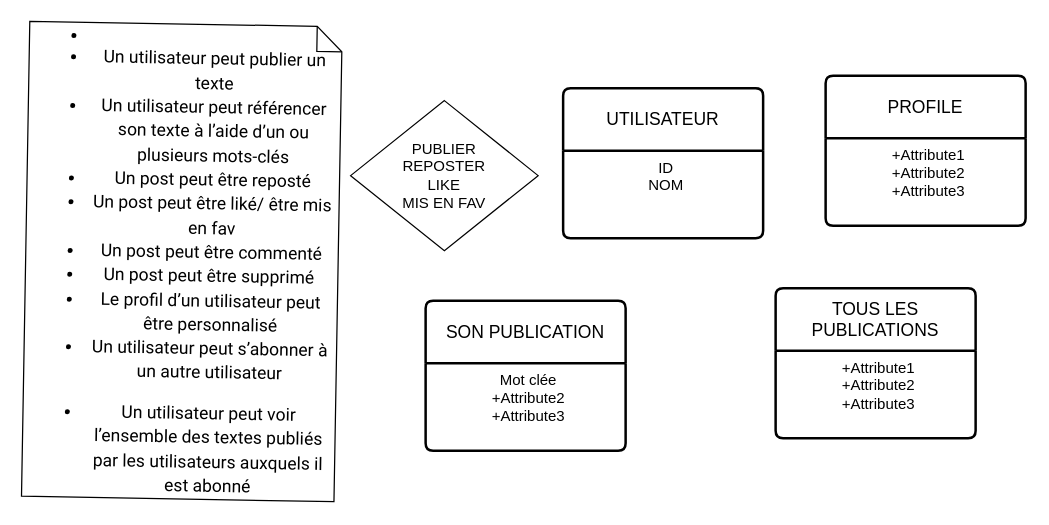
This is Diagramme sans nom4.drawio from vsilvanska/examen-info-2023, a draw.io file, before an edit. Source tidied: cells renumbered, new cells numbered last; positions are measured from the earlier drawing's top-left corner, leaving out a move shared by most shapes. Both pictures are drawn from the tidied source at 125%, with x=0, y=0 at pixel (25, 24).
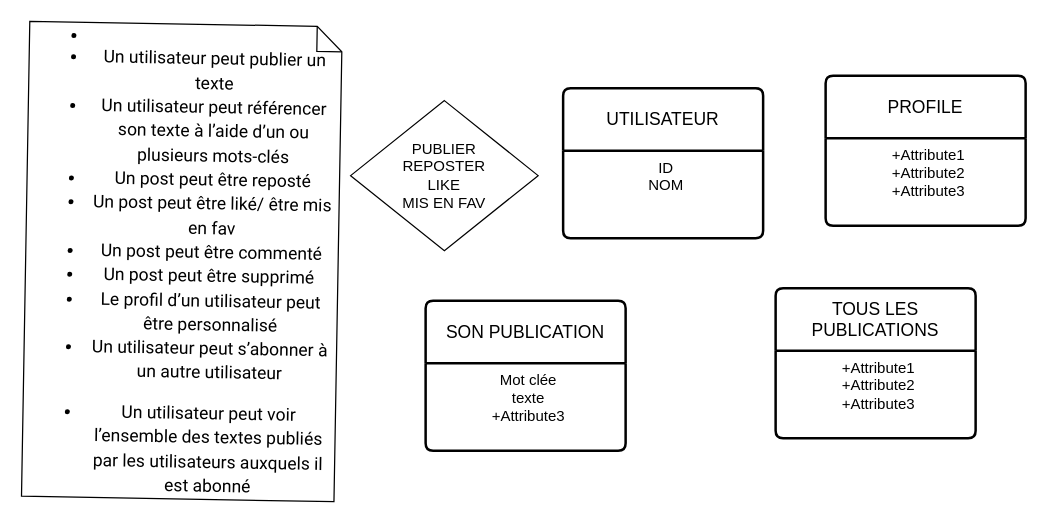
After the change.

Commit message (it also covers changes not shown here):
Mettre à jour Diagramme sans nom4.drawio

The edit, as a diff of the source:
```diff
@@
 <mxGraphModel>
   <root>
     <mxCell id="0" />
     <mxCell id="1" parent="0" />
     <mxCell id="2" value="&lt;ul style=&quot;margin-top: 0px; margin-bottom: 0px; padding-inline-start: 48px; font-size: 14px;&quot;&gt;&lt;li aria-level=&quot;1&quot; style=&quot;list-style-type: disc; font-family: Roboto, sans-serif; background-color: transparent; font-variant-numeric: normal; font-variant-east-asian: normal; font-variant-alternates: normal; font-variant-position: normal; vertical-align: baseline;&quot; dir=&quot;ltr&quot;&gt;&lt;p role=&quot;presentation&quot; style=&quot;line-height:1.38;margin-top:0pt;margin-bottom:0pt;&quot; dir=&quot;ltr&quot;&gt;&lt;/p&gt;&lt;/li&gt;&lt;li aria-level=&quot;1&quot; style=&quot;list-style-type: disc; font-family: Roboto, sans-serif; background-color: transparent; font-variant-numeric: normal; font-variant-east-asian: normal; font-variant-alternates: normal; font-variant-position: normal; vertical-align: baseline;&quot; dir=&quot;ltr&quot;&gt;&lt;p role=&quot;presentation&quot; style=&quot;line-height:1.38;margin-top:0pt;margin-bottom:0pt;&quot; dir=&quot;ltr&quot;&gt;&lt;span style=&quot;background-color: transparent; font-variant-numeric: normal; font-variant-east-asian: normal; font-variant-alternates: normal; font-variant-position: normal; vertical-align: baseline;&quot;&gt;&lt;font style=&quot;font-size: 14px;&quot;&gt;Un utilisateur peut publier un texte&lt;/font&gt;&lt;/span&gt;&lt;/p&gt;&lt;/li&gt;&lt;li aria-level=&quot;1&quot; style=&quot;list-style-type: disc; font-family: Roboto, sans-serif; background-color: transparent; font-variant-numeric: normal; font-variant-east-asian: normal; font-variant-alternates: normal; font-variant-position: normal; vertical-align: baseline;&quot; dir=&quot;ltr&quot;&gt;&lt;p role=&quot;presentation&quot; style=&quot;line-height:1.38;margin-top:0pt;margin-bottom:0pt;&quot; dir=&quot;ltr&quot;&gt;&lt;span style=&quot;background-color: transparent; font-variant-numeric: normal; font-variant-east-asian: normal; font-variant-alternates: normal; font-variant-position: normal; vertical-align: baseline;&quot;&gt;&lt;font style=&quot;font-size: 14px;&quot;&gt;Un utilisateur peut référencer son texte à l’aide d’un ou plusieurs mots-clés&lt;/font&gt;&lt;/span&gt;&lt;/p&gt;&lt;/li&gt;&lt;li aria-level=&quot;1&quot; style=&quot;list-style-type: disc; font-family: Roboto, sans-serif; background-color: transparent; font-variant-numeric: normal; font-variant-east-asian: normal; font-variant-alternates: normal; font-variant-position: normal; vertical-align: baseline;&quot; dir=&quot;ltr&quot;&gt;&lt;p role=&quot;presentation&quot; style=&quot;line-height:1.38;margin-top:0pt;margin-bottom:0pt;&quot; dir=&quot;ltr&quot;&gt;&lt;span style=&quot;background-color: transparent; font-variant-numeric: normal; font-variant-east-asian: normal; font-variant-alternates: normal; font-variant-position: normal; vertical-align: baseline;&quot;&gt;&lt;font style=&quot;font-size: 14px;&quot;&gt;Un post peut être reposté&lt;/font&gt;&lt;/span&gt;&lt;/p&gt;&lt;/li&gt;&lt;li aria-level=&quot;1&quot; style=&quot;list-style-type: disc; font-family: Roboto, sans-serif; background-color: transparent; font-variant-numeric: normal; font-variant-east-asian: normal; font-variant-alternates: normal; font-variant-position: normal; vertical-align: baseline;&quot; dir=&quot;ltr&quot;&gt;&lt;p role=&quot;presentation&quot; style=&quot;line-height:1.38;margin-top:0pt;margin-bottom:0pt;&quot; dir=&quot;ltr&quot;&gt;&lt;span style=&quot;background-color: transparent; font-variant-numeric: normal; font-variant-east-asian: normal; font-variant-alternates: normal; font-variant-position: normal; vertical-align: baseline;&quot;&gt;&lt;font style=&quot;font-size: 14px;&quot;&gt;Un post peut être liké/ être mis en fav&lt;/font&gt;&lt;/span&gt;&lt;/p&gt;&lt;/li&gt;&lt;li aria-level=&quot;1&quot; style=&quot;list-style-type: disc; font-family: Roboto, sans-serif; background-color: transparent; font-variant-numeric: normal; font-variant-east-asian: normal; font-variant-alternates: normal; font-variant-position: normal; vertical-align: baseline;&quot; dir=&quot;ltr&quot;&gt;&lt;p role=&quot;presentation&quot; style=&quot;line-height:1.38;margin-top:0pt;margin-bottom:0pt;&quot; dir=&quot;ltr&quot;&gt;&lt;span style=&quot;background-color: transparent; font-variant-numeric: normal; font-variant-east-asian: normal; font-variant-alternates: normal; font-variant-position: normal; vertical-align: baseline;&quot;&gt;&lt;font style=&quot;font-size: 14px;&quot;&gt;Un post peut être commenté&lt;/font&gt;&lt;/span&gt;&lt;/p&gt;&lt;/li&gt;&lt;li aria-level=&quot;1&quot; style=&quot;list-style-type: disc; font-family: Roboto, sans-serif; background-color: transparent; font-variant-numeric: normal; font-variant-east-asian: normal; font-variant-alternates: normal; font-variant-position: normal; vertical-align: baseline;&quot; dir=&quot;ltr&quot;&gt;&lt;p role=&quot;presentation&quot; style=&quot;line-height:1.38;margin-top:0pt;margin-bottom:0pt;&quot; dir=&quot;ltr&quot;&gt;&lt;span style=&quot;background-color: transparent; font-variant-numeric: normal; font-variant-east-asian: normal; font-variant-alternates: normal; font-variant-position: normal; vertical-align: baseline;&quot;&gt;&lt;font style=&quot;font-size: 14px;&quot;&gt;Un post peut être supprimé&amp;nbsp;&lt;/font&gt;&lt;/span&gt;&lt;/p&gt;&lt;/li&gt;&lt;li aria-level=&quot;1&quot; style=&quot;list-style-type: disc; font-family: Roboto, sans-serif; background-color: transparent; font-variant-numeric: normal; font-variant-east-asian: normal; font-variant-alternates: normal; font-variant-position: normal; vertical-align: baseline;&quot; dir=&quot;ltr&quot;&gt;&lt;p role=&quot;presentation&quot; style=&quot;line-height:1.38;margin-top:0pt;margin-bottom:0pt;&quot; dir=&quot;ltr&quot;&gt;&lt;span style=&quot;background-color: transparent; font-variant-numeric: normal; font-variant-east-asian: normal; font-variant-alternates: normal; font-variant-position: normal; vertical-align: baseline;&quot;&gt;&lt;font style=&quot;font-size: 14px;&quot;&gt;Le profil d’un utilisateur peut être personnalisé&lt;/font&gt;&lt;/span&gt;&lt;/p&gt;&lt;/li&gt;&lt;li aria-level=&quot;1&quot; style=&quot;list-style-type: disc; font-family: Roboto, sans-serif; background-color: transparent; font-variant-numeric: normal; font-variant-east-asian: normal; font-variant-alternates: normal; font-variant-position: normal; vertical-align: baseline;&quot; dir=&quot;ltr&quot;&gt;&lt;p role=&quot;presentation&quot; style=&quot;line-height:1.38;margin-top:0pt;margin-bottom:10pt;&quot; dir=&quot;ltr&quot;&gt;&lt;span style=&quot;background-color: transparent; font-variant-numeric: normal; font-variant-east-asian: normal; font-variant-alternates: normal; font-variant-position: normal; vertical-align: baseline;&quot;&gt;&lt;font style=&quot;font-size: 14px;&quot;&gt;Un utilisateur peut s’abonner à un autre utilisateur&lt;/font&gt;&lt;/span&gt;&lt;/p&gt;&lt;/li&gt;&lt;li aria-level=&quot;1&quot; style=&quot;list-style-type: disc; font-family: Roboto, sans-serif; background-color: transparent; font-variant-numeric: normal; font-variant-east-asian: normal; font-variant-alternates: normal; font-variant-position: normal; vertical-align: baseline;&quot; dir=&quot;ltr&quot;&gt;&lt;p role=&quot;presentation&quot; style=&quot;line-height:1.38;margin-top:0pt;margin-bottom:0pt;&quot; dir=&quot;ltr&quot;&gt;&lt;span style=&quot;background-color: transparent; font-variant-numeric: normal; font-variant-east-asian: normal; font-variant-alternates: normal; font-variant-position: normal; vertical-align: baseline;&quot;&gt;&lt;font style=&quot;font-size: 14px;&quot;&gt;Un utilisateur peut voir l’ensemble des textes publiés par les utilisateurs auxquels il est abonné&lt;/font&gt;&lt;/span&gt;&lt;/p&gt;&lt;/li&gt;&lt;/ul&gt;&lt;font style=&quot;font-size: 14px;&quot;&gt;&lt;span id=&quot;docs-internal-guid-afa54a96-7fff-a467-891f-8bc9276a1767&quot;&gt;&lt;/span&gt;&lt;/font&gt;" style="shape=note;size=20;whiteSpace=wrap;html=1;rotation=1;align=center;" parent="1" vertex="1">
       <mxGeometry y="-0.3" width="250" height="380" as="geometry" />
     </mxCell>
     <mxCell id="3" value="UTILISATEUR" style="swimlane;horizontal=1;startSize=50;rounded=1;fontSize=14;fontStyle=0;strokeWidth=2;shadow=0;dashed=0;align=center;arcSize=4;whiteSpace=wrap;html=1;" parent="1" vertex="1">
       <mxGeometry x="430" y="51" width="160" height="120" as="geometry" />
     </mxCell>
     <mxCell id="4" value="ID&lt;br&gt;NOM&lt;br&gt;" style="align=center;strokeColor=none;fillColor=none;spacingLeft=4;fontSize=12;verticalAlign=top;html=1;" parent="3" vertex="1">
       <mxGeometry y="50" width="160" height="70" as="geometry" />
     </mxCell>
     <mxCell id="5" value="SON PUBLICATION" style="swimlane;horizontal=1;startSize=50;rounded=1;fontSize=14;fontStyle=0;strokeWidth=2;shadow=0;dashed=0;align=center;arcSize=4;whiteSpace=wrap;html=1;" parent="1" vertex="1">
       <mxGeometry x="320" y="221" width="160" height="120" as="geometry" />
     </mxCell>
-    <mxCell id="6" value="Mot clée&lt;br&gt;+Attribute2&lt;br&gt;+Attribute3" style="align=center;strokeColor=none;fillColor=none;spacingLeft=4;fontSize=12;verticalAlign=top;html=1;" parent="5" vertex="1">
+    <mxCell id="6" value="Mot clée&lt;br&gt;texte&lt;br&gt;+Attribute3" style="align=center;strokeColor=none;fillColor=none;spacingLeft=4;fontSize=12;verticalAlign=top;html=1;" parent="5" vertex="1">
       <mxGeometry y="50" width="160" height="70" as="geometry" />
     </mxCell>
     <mxCell id="7" value="TOUS LES PUBLICATIONS" style="swimlane;horizontal=1;startSize=50;rounded=1;fontSize=14;fontStyle=0;strokeWidth=2;shadow=0;dashed=0;align=center;arcSize=4;whiteSpace=wrap;html=1;" parent="1" vertex="1">
       <mxGeometry x="600" y="211" width="160" height="120" as="geometry" />
     </mxCell>
     <mxCell id="8" value="+Attribute1&#10;+Attribute2&#10;+Attribute3" style="align=center;strokeColor=none;fillColor=none;spacingLeft=4;fontSize=12;verticalAlign=top;html=1;" parent="7" vertex="1">
       <mxGeometry y="50" width="160" height="70" as="geometry" />
     </mxCell>
     <mxCell id="9" value="PROFILE" style="swimlane;horizontal=1;startSize=50;rounded=1;fontSize=14;fontStyle=0;strokeWidth=2;shadow=0;dashed=0;align=center;arcSize=4;whiteSpace=wrap;html=1;" parent="1" vertex="1">
       <mxGeometry x="640" y="41" width="160" height="120" as="geometry" />
     </mxCell>
     <mxCell id="10" value="+Attribute1&#10;+Attribute2&#10;+Attribute3" style="align=center;strokeColor=none;fillColor=none;spacingLeft=4;fontSize=12;verticalAlign=top;html=1;" parent="9" vertex="1">
       <mxGeometry y="50" width="160" height="70" as="geometry" />
     </mxCell>
     <mxCell id="11" value="PUBLIER&lt;br&gt;REPOSTER&lt;br&gt;LIKE&lt;br&gt;MIS EN FAV" style="shape=rhombus;perimeter=rhombusPerimeter;whiteSpace=wrap;html=1;align=center;" parent="1" vertex="1">
       <mxGeometry x="260" y="61" width="150" height="120" as="geometry" />
     </mxCell>
   </root>
 </mxGraphModel>
```
